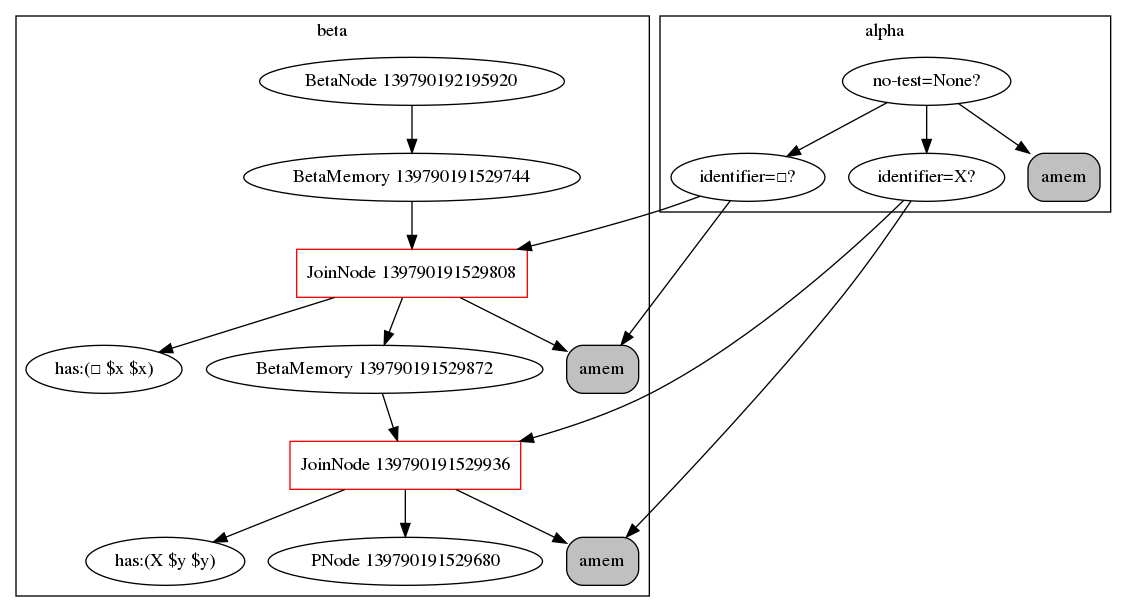
Above: genifer6/rete.png in Cybernetic1/python (Graphviz), before the change. Its source is kept beside it as genifer6/rete.dot.
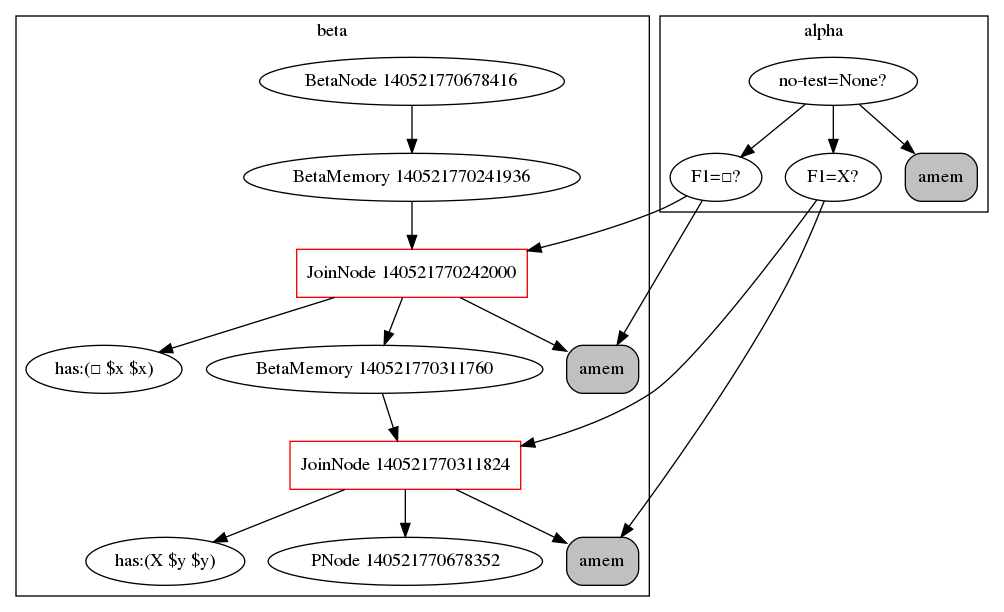
The same diagram one commit later.

The edit, as a diff of the source:
```diff
@@ -1,29 +1,29 @@
 digraph {
     subgraph cluster_1 {
     label = beta
-    "BetaNode 139790192195920" -> "BetaMemory 139790191529744";
-    "BetaMemory 139790191529744" -> "JoinNode 139790191529808";
-    "JoinNode 139790191529808" -> "amem:<rete.alpha.AlphaMemory instance at 0x7f2370b56bd8>"
-    "JoinNode 139790191529808" [shape=box, color=red];
-    "JoinNode 139790191529808" -> "has:(□ $x $x)"
-    "JoinNode 139790191529808" -> "BetaMemory 139790191529872";
-    "BetaMemory 139790191529872" -> "JoinNode 139790191529936";
-    "JoinNode 139790191529936" -> "amem:<rete.alpha.AlphaMemory instance at 0x7f2370b56c68>"
-    "JoinNode 139790191529936" [shape=box, color=red];
-    "JoinNode 139790191529936" -> "has:(X $y $y)"
-    "JoinNode 139790191529936" -> "PNode 139790191529680";
+    "BetaNode 140521770678416" -> "BetaMemory 140521770241936";
+    "BetaMemory 140521770241936" -> "JoinNode 140521770242000";
+    "JoinNode 140521770242000" -> "amem:<rete.alpha.AlphaMemory instance at 0x7fcdc632f290>"
+    "JoinNode 140521770242000" [shape=box, color=red];
+    "JoinNode 140521770242000" -> "has:(□ $x $x)"
+    "JoinNode 140521770242000" -> "BetaMemory 140521770311760";
+    "BetaMemory 140521770311760" -> "JoinNode 140521770311824";
+    "JoinNode 140521770311824" -> "amem:<rete.alpha.AlphaMemory instance at 0x7fcdc632f320>"
+    "JoinNode 140521770311824" [shape=box, color=red];
+    "JoinNode 140521770311824" -> "has:(X $y $y)"
+    "JoinNode 140521770311824" -> "PNode 140521770678352";
     }
     subgraph cluster_0 {
     label = alpha
-    "no-test=None?" -> "identifier=□?";
-    "identifier=□?" -> "amem:<rete.alpha.AlphaMemory instance at 0x7f2370b56bd8>";
-    "amem:<rete.alpha.AlphaMemory instance at 0x7f2370b56bd8>" [shape=box, style="rounded,filled", label="amem", fillcolor=gray];
-    "no-test=None?" -> "identifier=X?";
-    "identifier=X?" -> "amem:<rete.alpha.AlphaMemory instance at 0x7f2370b56c68>";
-    "amem:<rete.alpha.AlphaMemory instance at 0x7f2370b56c68>" [shape=box, style="rounded,filled", label="amem", fillcolor=gray];
-    "no-test=None?" -> "amem:<rete.alpha.AlphaMemory instance at 0x7f2370b56a28>";
-    "amem:<rete.alpha.AlphaMemory instance at 0x7f2370b56a28>" [shape=box, style="rounded,filled", label="amem", fillcolor=gray];
+    "no-test=None?" -> "F1=□?";
+    "F1=□?" -> "amem:<rete.alpha.AlphaMemory instance at 0x7fcdc632f290>";
+    "amem:<rete.alpha.AlphaMemory instance at 0x7fcdc632f290>" [shape=box, style="rounded,filled", label="amem", fillcolor=gray];
+    "no-test=None?" -> "F1=X?";
+    "F1=X?" -> "amem:<rete.alpha.AlphaMemory instance at 0x7fcdc632f320>";
+    "amem:<rete.alpha.AlphaMemory instance at 0x7fcdc632f320>" [shape=box, style="rounded,filled", label="amem", fillcolor=gray];
+    "no-test=None?" -> "amem:<rete.alpha.AlphaMemory instance at 0x7fcdc632f0e0>";
+    "amem:<rete.alpha.AlphaMemory instance at 0x7fcdc632f0e0>" [shape=box, style="rounded,filled", label="amem", fillcolor=gray];
     }
-    "identifier=□?" -> "JoinNode 139790191529808";
-    "identifier=X?" -> "JoinNode 139790191529936";
+    "F1=□?" -> "JoinNode 140521770242000";
+    "F1=X?" -> "JoinNode 140521770311824";
 }
```
